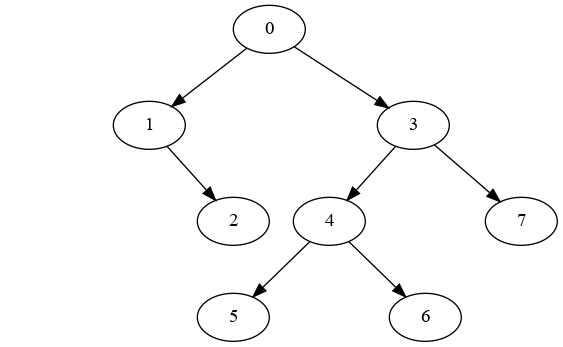
fabricenativel/cpge-info keeps this Graphviz diagram as docs/mp2i/Colles/temp.png. Above is the earlier version. Its source is kept beside it as docs/mp2i/Colles/temp.gv.
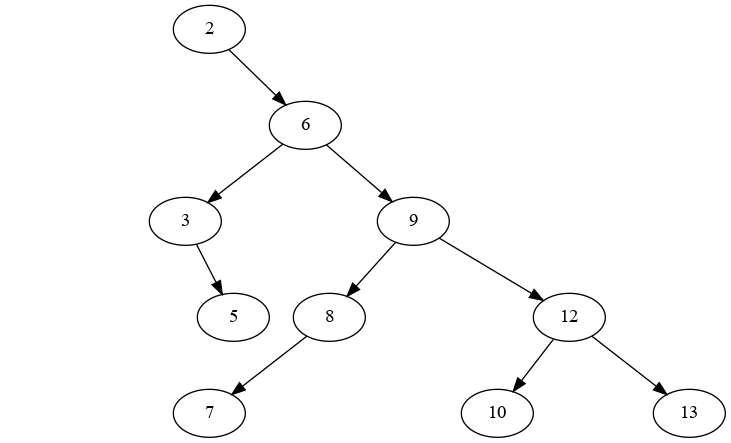
The same file after the commit.

The edit, as a diff of the source:
```diff
@@ -1,19 +1,29 @@
 digraph mygraph {
-0 -> 1
 I0 [style=invis]
- 0 -> I0 [style=invis]
-0 -> 3
+ 2 -> I0 [style=invis]
 I1 [style=invis]
- 1 -> I1 [style=invis]
+ 2 -> I1 [style=invis]
+2 -> 6
+6 -> 3
 I2 [style=invis]
- 1 -> I2 [style=invis]
-1 -> 2
-3 -> 4
+ 6 -> I2 [style=invis]
+6 -> 9
 I3 [style=invis]
  3 -> I3 [style=invis]
-3 -> 7
-4 -> 5
 I4 [style=invis]
- 4 -> I4 [style=invis]
-4 -> 6
+ 3 -> I4 [style=invis]
+3 -> 5
+9 -> 8
+I5 [style=invis]
+ 9 -> I5 [style=invis]
+9 -> 12
+8 -> 7
+I6 [style=invis]
+ 8 -> I6 [style=invis]
+I7 [style=invis]
+ 8 -> I7 [style=invis]
+12 -> 10
+I8 [style=invis]
+ 12 -> I8 [style=invis]
+12 -> 13
 }
```
